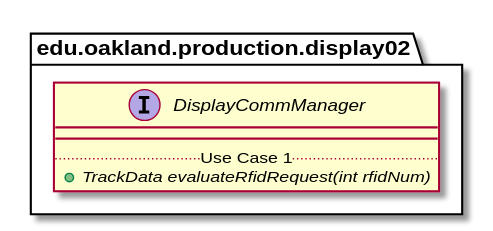
andrewdimmer/csi-3370-software-project keeps this PlantUML diagram as docs/uml-class-diagrams/display02/production/DisplayCommManager/DisplayCommManager_DirectDependencies.svg. Above is the earlier version.
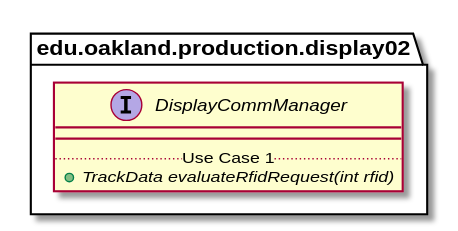
Above is the later version.

Diff of the diagram source:
```diff
@@ -5,7 +5,7 @@
     interface DisplayCommManager {
         __
         .. Use Case 1 ..
-        {abstract} + TrackData evaluateRfidRequest(int rfidNum)
+        {abstract} + TrackData evaluateRfidRequest(int rfid)
     }
 }
 
```
